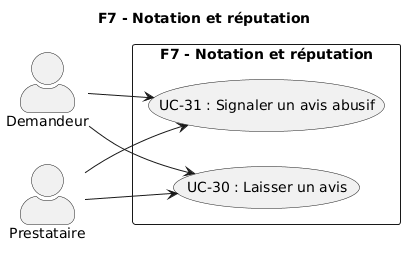
The PlantUML diagram images/diagramme_cu_p7.png in KazeHolloway/Projet_LaTex, before a commit.
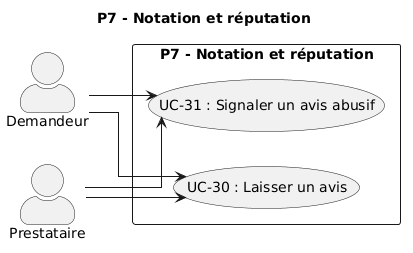
Above is the later version.

Commit message:
PreÃÃmière correction des diagramme de cas d'utilisation

Diff of the diagram source:
```diff
@@ -1,13 +1,14 @@
 @startuml
-title F7 - Notation et réputation
+title P7 - Notation et réputation
 
 left to right direction
 skinparam actorStyle awesome
+skinparam linetype ortho
 
 actor "Demandeur" as demandeur
 actor "Prestataire" as prestataire
 
-rectangle "F7 - Notation et réputation" {
+rectangle "P7 - Notation et réputation" {
   usecase "UC-30 : Laisser un avis" as UC30
   usecase "UC-31 : Signaler un avis abusif" as UC31
 }
```
